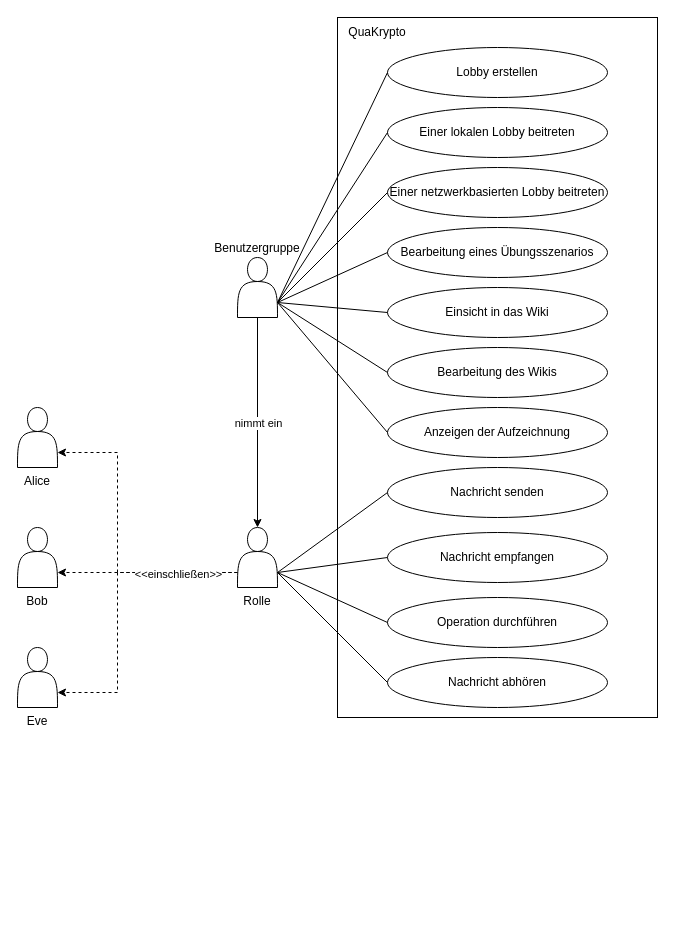
Above: 01_Analyse/Analyse/01 Use-Case Übersicht/UseCase_Uebersicht_V1.0.drawio in Jonas-Ha/quakrypto (draw.io), before the change. Source tidied: cells renumbered, new cells numbered last; positions are measured from the earlier drawing's top-left corner, leaving out a move shared by most shapes. Both pictures are drawn from the tidied source at 100%, with x=0, y=0 at pixel (17, 17).
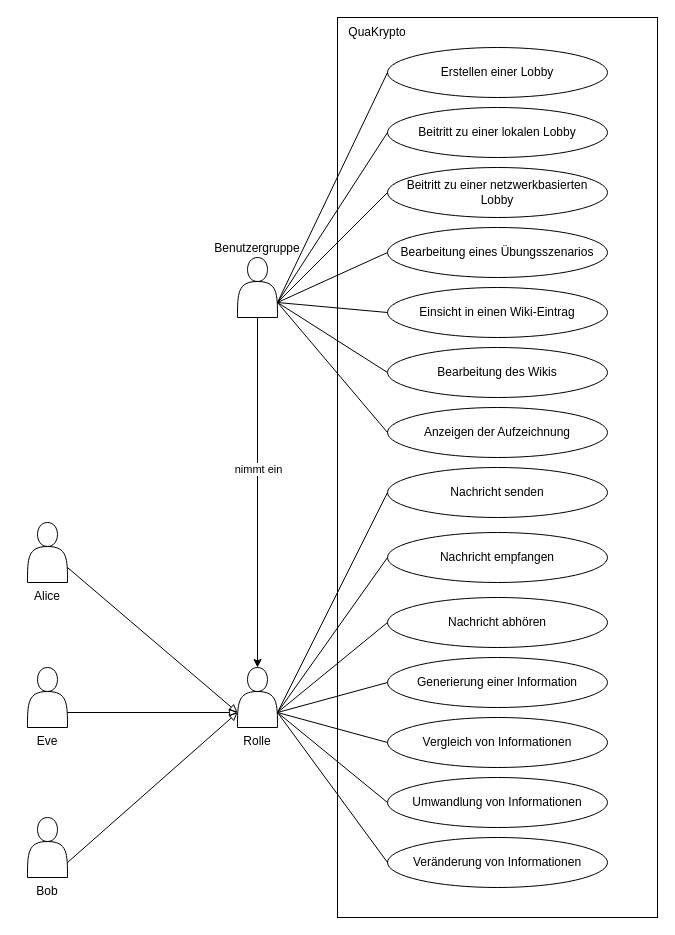
Above is the later version.

Commit message (it also covers changes not shown here):
anpassen der Use-Case-Übersicht; kleine Änderung (Rechtschreibfehler) im konzeptuellen Datenmodell ausgebessert; -mergen- des Systemanalyse Dokuments -> finale Version

What changed in the source:
```diff
@@
-    <mxCell id="2" style="edgeStyle=orthogonalEdgeStyle;rounded=0;jettySize=auto;html=1;exitX=0;exitY=0.75;exitDx=0;exitDy=0;entryX=1;entryY=0.75;entryDx=0;entryDy=0;dashed=1;" parent="1" edge="1" source="6" target="7">
-      <mxGeometry relative="1" as="geometry">
-        <Array as="points">
-          <mxPoint x="100" y="555" />
-          <mxPoint x="100" y="435" />
-        </Array>
-      </mxGeometry>
-    </mxCell>
-    <mxCell id="3" style="edgeStyle=orthogonalEdgeStyle;rounded=0;jettySize=auto;html=1;exitX=0;exitY=0.75;exitDx=0;exitDy=0;entryX=1;entryY=0.75;entryDx=0;entryDy=0;dashed=1;" parent="1" edge="1" source="6" target="8">
-      <mxGeometry relative="1" as="geometry" />
-    </mxCell>
-    <mxCell id="4" style="edgeStyle=orthogonalEdgeStyle;rounded=0;jettySize=auto;html=1;exitX=0;exitY=0.75;exitDx=0;exitDy=0;entryX=1;entryY=0.75;entryDx=0;entryDy=0;dashed=1;" parent="1" edge="1" source="6" target="9">
-      <mxGeometry relative="1" as="geometry">
-        <Array as="points">
-          <mxPoint x="100" y="555" />
-          <mxPoint x="100" y="675" />
-        </Array>
-      </mxGeometry>
-    </mxCell>
-    <mxCell id="5" value="&amp;lt;&amp;lt;einschließen&amp;gt;&amp;gt;" style="edgeLabel;html=1;align=center;verticalAlign=middle;" parent="4" vertex="1">
-      <mxGeometry x="-0.67" y="1" relative="1" as="geometry">
-        <mxPoint x="-11" as="offset" />
-      </mxGeometry>
-    </mxCell>
     <mxCell id="6" value="Rolle" style="shape=actor;whiteSpace=wrap;html=1;labelPosition=center;verticalLabelPosition=bottom;align=center;verticalAlign=top;" parent="1" vertex="1">
-      <mxGeometry x="220" y="510" width="40" height="60" as="geometry" />
+      <mxGeometry x="220" y="650" width="40" height="60" as="geometry" />
     </mxCell>
     <mxCell id="7" value="Alice" style="shape=actor;whiteSpace=wrap;html=1;labelPosition=center;verticalLabelPosition=bottom;align=center;verticalAlign=top;" parent="1" vertex="1">
-      <mxGeometry y="390" width="40" height="60" as="geometry" />
+      <mxGeometry x="10" y="505" width="40" height="60" as="geometry" />
     </mxCell>
     <mxCell id="8" value="Bob" style="shape=actor;whiteSpace=wrap;html=1;labelPosition=center;verticalLabelPosition=bottom;align=center;verticalAlign=top;" parent="1" vertex="1">
-      <mxGeometry y="510" width="40" height="60" as="geometry" />
+      <mxGeometry x="10" y="800" width="40" height="60" as="geometry" />
     </mxCell>
     <mxCell id="9" value="Eve" style="shape=actor;whiteSpace=wrap;html=1;labelPosition=center;verticalLabelPosition=bottom;align=center;verticalAlign=top;" parent="1" vertex="1">
-      <mxGeometry y="630" width="40" height="60" as="geometry" />
+      <mxGeometry x="10" y="650" width="40" height="60" as="geometry" />
     </mxCell>
     <mxCell id="10" style="rounded=0;whiteSpace=wrap;html=1;" parent="1" vertex="1">
-      <mxGeometry x="320" width="320" height="700" as="geometry" />
+      <mxGeometry x="320" width="320" height="900" as="geometry" />
     </mxCell>
@@
-    <mxCell id="12" value="Einsicht in das Wiki" style="ellipse;whiteSpace=wrap;html=1;" parent="1" vertex="1">
+    <mxCell id="12" value="Einsicht in einen Wiki-Eintrag" style="ellipse;whiteSpace=wrap;html=1;" parent="1" vertex="1">
       <mxGeometry x="370" y="270" width="220" height="50" as="geometry" />
     </mxCell>
@@
-    <mxCell id="22" value="Einer lokalen Lobby beitreten" style="ellipse;whiteSpace=wrap;html=1;" parent="1" vertex="1">
+    <mxCell id="22" value="Beitritt zu einer lokalen Lobby" style="ellipse;whiteSpace=wrap;html=1;" parent="1" vertex="1">
       <mxGeometry x="370" y="90" width="220" height="50" as="geometry" />
     </mxCell>
-    <mxCell id="23" value="Lobby erstellen" style="ellipse;whiteSpace=wrap;html=1;" parent="1" vertex="1">
+    <mxCell id="23" value="Erstellen einer Lobby" style="ellipse;whiteSpace=wrap;html=1;" parent="1" vertex="1">
       <mxGeometry x="370" y="30" width="220" height="50" as="geometry" />
     </mxCell>
-    <mxCell id="24" value="Nachricht abhören" style="ellipse;whiteSpace=wrap;html=1;" parent="1" vertex="1">
+    <mxCell id="24" value="Generierung einer Information" style="ellipse;whiteSpace=wrap;html=1;" parent="1" vertex="1">
       <mxGeometry x="370" y="640" width="220" height="50" as="geometry" />
     </mxCell>
-    <mxCell id="25" value="Operation durchführen" style="ellipse;whiteSpace=wrap;html=1;" parent="1" vertex="1">
+    <mxCell id="25" value="Nachricht abhören" style="ellipse;whiteSpace=wrap;html=1;" parent="1" vertex="1">
       <mxGeometry x="370" y="580" width="220" height="50" as="geometry" />
     </mxCell>
@@
-    <mxCell id="33" value="Einer netzwerkbasierten Lobby beitreten" style="ellipse;whiteSpace=wrap;html=1;" parent="1" vertex="1">
+    <mxCell id="33" value="Beitritt zu einer netzwerkbasierten&lt;br&gt;Lobby" style="ellipse;whiteSpace=wrap;html=1;" parent="1" vertex="1">
       <mxGeometry x="370" y="150" width="220" height="50" as="geometry" />
     </mxCell>
@@
+    <mxCell id="37" value="Vergleich von Informationen" style="ellipse;whiteSpace=wrap;html=1;" parent="1" vertex="1">
+      <mxGeometry x="370" y="700" width="220" height="50" as="geometry" />
+    </mxCell>
+    <mxCell id="38" value="Umwandlung von Informationen" style="ellipse;whiteSpace=wrap;html=1;" parent="1" vertex="1">
+      <mxGeometry x="370" y="760" width="220" height="50" as="geometry" />
+    </mxCell>
+    <mxCell id="39" value="Veränderung von Informationen" style="ellipse;whiteSpace=wrap;html=1;" parent="1" vertex="1">
+      <mxGeometry x="370" y="820" width="220" height="50" as="geometry" />
+    </mxCell>
+    <mxCell id="40" style="endArrow=none;html=1;rounded=0;exitX=1;exitY=0.75;exitDx=0;exitDy=0;entryX=0;entryY=0.5;entryDx=0;entryDy=0;" parent="1" edge="1" source="6" target="37">
+      <mxGeometry relative="1" as="geometry" />
+    </mxCell>
+    <mxCell id="41" style="endArrow=none;html=1;rounded=0;exitX=1;exitY=0.75;exitDx=0;exitDy=0;entryX=0;entryY=0.5;entryDx=0;entryDy=0;" parent="1" edge="1" source="6" target="38">
+      <mxGeometry relative="1" as="geometry" />
+    </mxCell>
+    <mxCell id="42" style="endArrow=none;html=1;rounded=0;exitX=1;exitY=0.75;exitDx=0;exitDy=0;entryX=0;entryY=0.5;entryDx=0;entryDy=0;" parent="1" edge="1" source="6" target="39">
+      <mxGeometry relative="1" as="geometry" />
+    </mxCell>
+    <mxCell id="43" style="endArrow=block;html=1;rounded=0;exitX=1;exitY=0.75;exitDx=0;exitDy=0;entryX=0;entryY=0.75;entryDx=0;entryDy=0;endFill=0;" parent="1" edge="1" source="8" target="6">
+      <mxGeometry relative="1" as="geometry" />
+    </mxCell>
+    <mxCell id="44" style="endArrow=block;html=1;rounded=0;exitX=1;exitY=0.75;exitDx=0;exitDy=0;entryX=0;entryY=0.75;entryDx=0;entryDy=0;endFill=0;" parent="1" edge="1" source="9" target="6">
+      <mxGeometry relative="1" as="geometry" />
+    </mxCell>
+    <mxCell id="45" style="endArrow=block;html=1;rounded=0;exitX=1;exitY=0.75;exitDx=0;exitDy=0;entryX=0;entryY=0.75;entryDx=0;entryDy=0;endFill=0;" parent="1" edge="1" source="7" target="6">
+      <mxGeometry relative="1" as="geometry" />
+    </mxCell>
```
